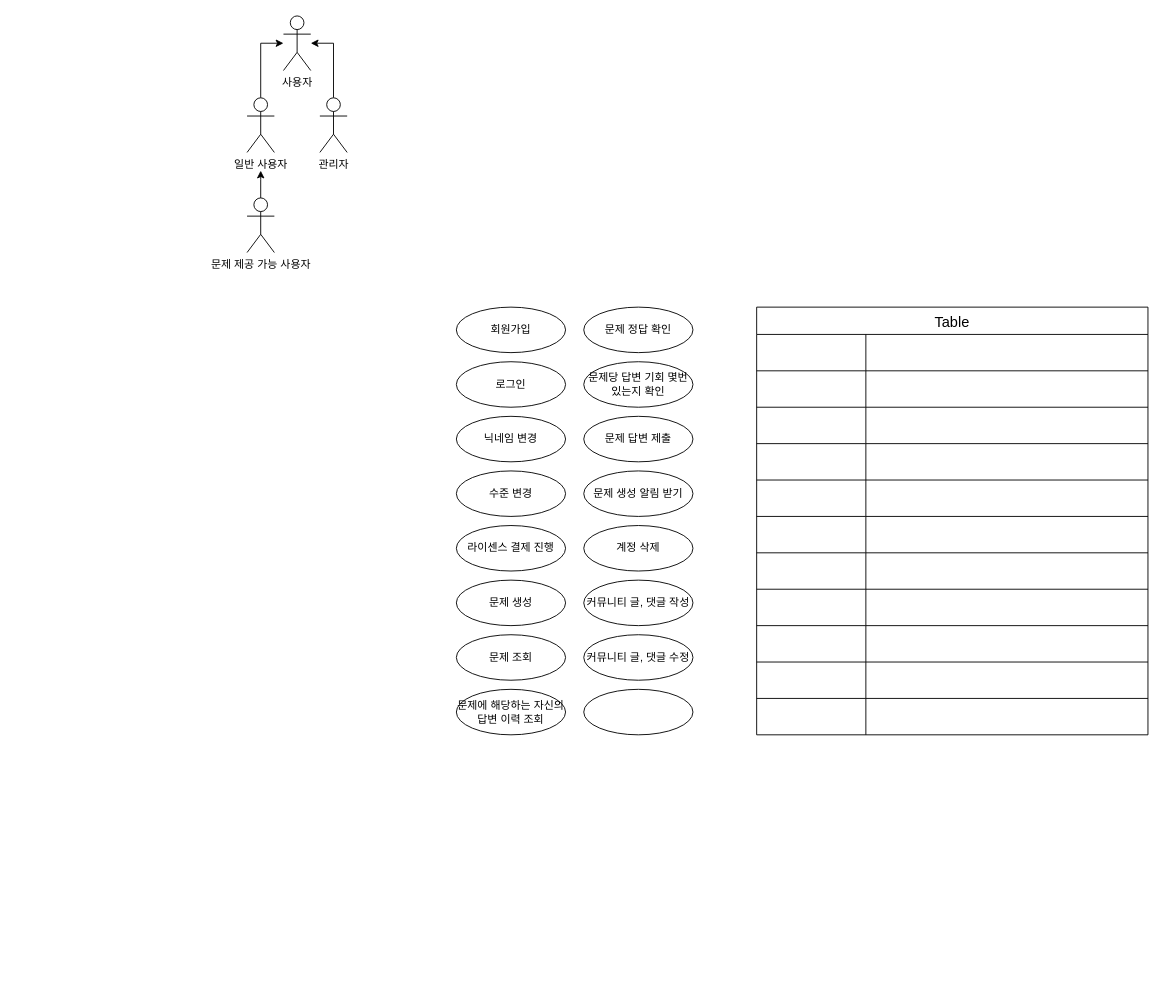
This is 제목 없는 다이어그램.drawio from ryoya0427/run-project, a draw.io file, before an edit. Source tidied: cells renumbered, new cells numbered last; positions are measured from the earlier drawing's top-left corner, leaving out a move shared by most shapes. Both pictures are drawn from the tidied source at 91%, with x=0, y=0 at pixel (247, 15).
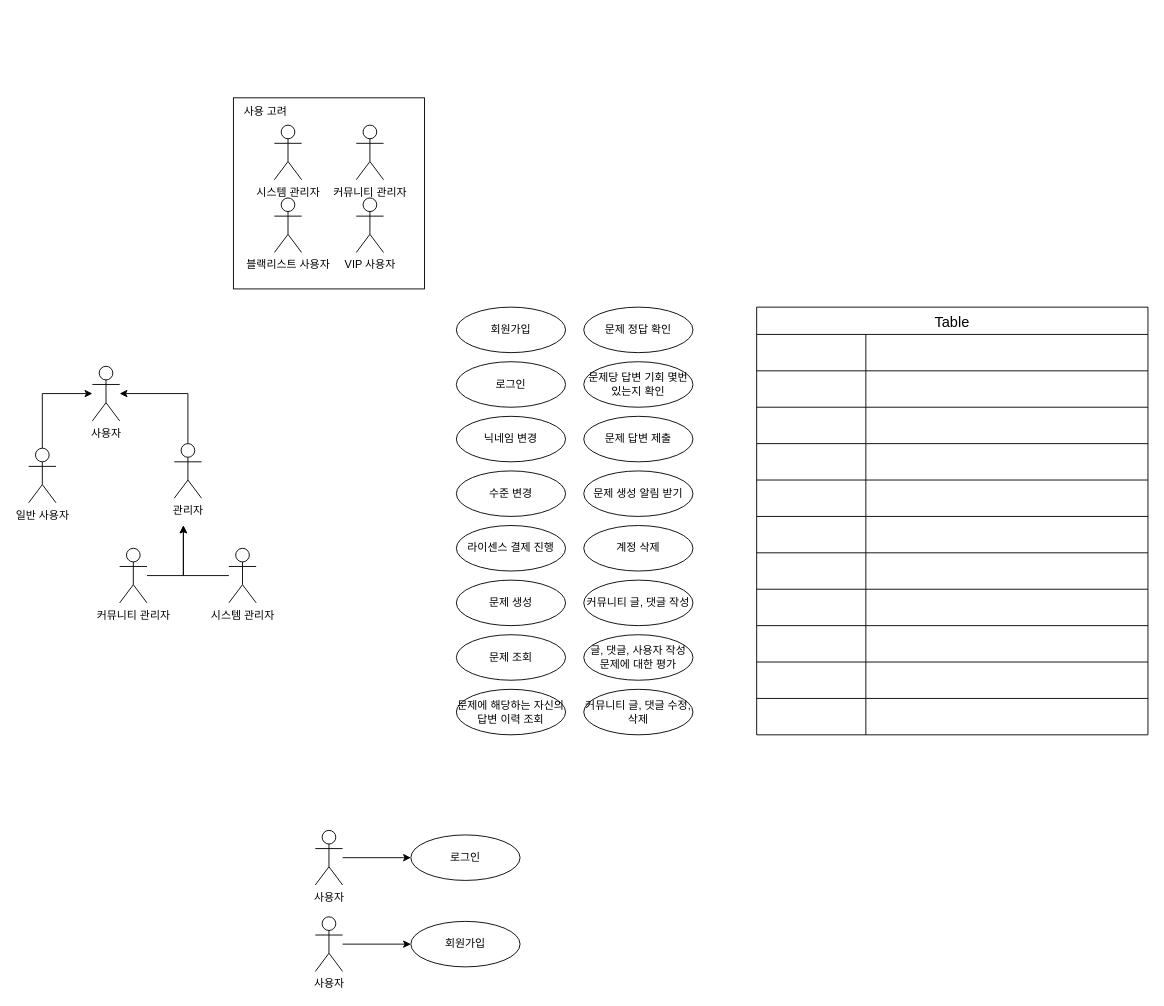
After the change.

Commit message:
제목 없는 다이어그램.drawio 업데이트

Change to the diagram source:
```diff
@@
+    <mxCell id="59" style="whiteSpace=wrap;html=1;" parent="1" vertex="1">
+      <mxGeometry x="-15" y="90" width="210" height="210" as="geometry" />
+    </mxCell>
     <mxCell id="2" value="사용자" style="shape=umlActor;verticalLabelPosition=bottom;verticalAlign=top;html=1;outlineConnect=0;" parent="1" vertex="1">
-      <mxGeometry x="40" width="30" height="60" as="geometry" />
+      <mxGeometry x="-170" y="385" width="30" height="60" as="geometry" />
     </mxCell>
     <mxCell id="3" style="edgeStyle=orthogonalEdgeStyle;rounded=0;jettySize=auto;html=1;" parent="1" edge="1" source="4" target="2">
       <mxGeometry relative="1" as="geometry">
         <Array as="points">
-          <mxPoint x="15" y="30" />
+          <mxPoint x="-225" y="415" />
         </Array>
       </mxGeometry>
     </mxCell>
     <mxCell id="4" value="일반 사용자" style="shape=umlActor;verticalLabelPosition=bottom;verticalAlign=top;html=1;outlineConnect=0;" parent="1" vertex="1">
-      <mxGeometry y="90" width="30" height="60" as="geometry" />
+      <mxGeometry x="-240" y="475" width="30" height="60" as="geometry" />
     </mxCell>
-    <mxCell id="5" style="edgeStyle=orthogonalEdgeStyle;rounded=0;jettySize=auto;html=1;" parent="1" edge="1" source="6">
-      <mxGeometry relative="1" as="geometry">
-        <mxPoint x="15" y="170" as="targetPoint" />
-      </mxGeometry>
-    </mxCell>
-    <mxCell id="6" value="문제 제공 가능 사용자" style="shape=umlActor;verticalLabelPosition=bottom;verticalAlign=top;html=1;outlineConnect=0;" parent="1" vertex="1">
-      <mxGeometry y="200" width="30" height="60" as="geometry" />
-    </mxCell>
     <mxCell id="7" style="edgeStyle=orthogonalEdgeStyle;rounded=0;jettySize=auto;html=1;" parent="1" edge="1" source="8" target="2">
       <mxGeometry relative="1" as="geometry">
         <Array as="points">
-          <mxPoint x="95" y="30" />
+          <mxPoint x="-65" y="415" />
         </Array>
       </mxGeometry>
     </mxCell>
     <mxCell id="8" value="관리자" style="shape=umlActor;verticalLabelPosition=bottom;verticalAlign=top;html=1;outlineConnect=0;" parent="1" vertex="1">
-      <mxGeometry x="80" y="90" width="30" height="60" as="geometry" />
+      <mxGeometry x="-80" y="470" width="30" height="60" as="geometry" />
     </mxCell>
@@
-    <mxCell id="23" value="커뮤니티 글, 댓글 수정" style="ellipse;whiteSpace=wrap;html=1;" parent="1" vertex="1">
+    <mxCell id="23" value="글, 댓글, 사용자 작성 문제에 대한 평가" style="ellipse;whiteSpace=wrap;html=1;" parent="1" vertex="1">
       <mxGeometry x="370" y="680" width="120" height="50" as="geometry" />
     </mxCell>
-    <mxCell id="24" style="ellipse;whiteSpace=wrap;html=1;" parent="1" vertex="1">
+    <mxCell id="24" value="커뮤니티 글, 댓글 수정, 삭제" style="ellipse;whiteSpace=wrap;html=1;" parent="1" vertex="1">
       <mxGeometry x="370" y="740" width="120" height="50" as="geometry" />
     </mxCell>
@@
+    <mxCell id="60" value="블랙리스트 사용자" style="shape=umlActor;verticalLabelPosition=bottom;verticalAlign=top;html=1;" parent="1" vertex="1">
+      <mxGeometry x="30" y="200" width="30" height="60" as="geometry" />
+    </mxCell>
+    <mxCell id="61" value="VIP 사용자" style="shape=umlActor;verticalLabelPosition=bottom;verticalAlign=top;html=1;" parent="1" vertex="1">
+      <mxGeometry x="120" y="200" width="30" height="60" as="geometry" />
+    </mxCell>
+    <mxCell id="62" value="시스템 관리자" style="shape=umlActor;verticalLabelPosition=bottom;verticalAlign=top;html=1;" parent="1" vertex="1">
+      <mxGeometry x="30" y="120" width="30" height="60" as="geometry" />
+    </mxCell>
+    <mxCell id="63" value="사용 고려" style="text;html=1;align=center;verticalAlign=middle;strokeColor=none;fillColor=none;" parent="1" vertex="1">
+      <mxGeometry x="-15" y="90" width="70" height="30" as="geometry" />
+    </mxCell>
+    <mxCell id="64" value="커뮤니티 관리자" style="shape=umlActor;verticalLabelPosition=bottom;verticalAlign=top;html=1;" parent="1" vertex="1">
+      <mxGeometry x="120" y="120" width="30" height="60" as="geometry" />
+    </mxCell>
+    <mxCell id="65" style="edgeStyle=orthogonalEdgeStyle;rounded=0;jettySize=auto;html=1;" parent="1" edge="1" source="66" target="67">
+      <mxGeometry relative="1" as="geometry" />
+    </mxCell>
+    <mxCell id="66" value="사용자" style="shape=umlActor;verticalLabelPosition=bottom;verticalAlign=top;html=1;outlineConnect=0;" parent="1" vertex="1">
+      <mxGeometry x="75" y="895" width="30" height="60" as="geometry" />
+    </mxCell>
+    <mxCell id="67" value="로그인" style="ellipse;whiteSpace=wrap;html=1;" parent="1" vertex="1">
+      <mxGeometry x="180" y="900" width="120" height="50" as="geometry" />
+    </mxCell>
+    <mxCell id="68" style="edgeStyle=orthogonalEdgeStyle;rounded=0;jettySize=auto;html=1;" parent="1" edge="1" source="69" target="70">
+      <mxGeometry relative="1" as="geometry" />
+    </mxCell>
+    <mxCell id="69" value="사용자" style="shape=umlActor;verticalLabelPosition=bottom;verticalAlign=top;html=1;outlineConnect=0;" parent="1" vertex="1">
+      <mxGeometry x="75" y="990" width="30" height="60" as="geometry" />
+    </mxCell>
+    <mxCell id="70" value="회원가입" style="ellipse;whiteSpace=wrap;html=1;" parent="1" vertex="1">
+      <mxGeometry x="180" y="995" width="120" height="50" as="geometry" />
+    </mxCell>
+    <mxCell id="71" style="edgeStyle=orthogonalEdgeStyle;rounded=0;jettySize=auto;html=1;" parent="1" edge="1" source="72">
+      <mxGeometry relative="1" as="geometry">
+        <mxPoint x="-70" y="560" as="targetPoint" />
+        <Array as="points">
+          <mxPoint x="-70" y="615" />
+        </Array>
+      </mxGeometry>
+    </mxCell>
+    <mxCell id="72" value="커뮤니티 관리자" style="shape=umlActor;verticalLabelPosition=bottom;verticalAlign=top;html=1;outlineConnect=0;" parent="1" vertex="1">
+      <mxGeometry x="-140" y="585" width="30" height="60" as="geometry" />
+    </mxCell>
+    <mxCell id="73" value="시스템 관리자" style="shape=umlActor;verticalLabelPosition=bottom;verticalAlign=top;html=1;" parent="1" vertex="1">
+      <mxGeometry x="-20" y="585" width="30" height="60" as="geometry" />
+    </mxCell>
+    <mxCell id="74" style="edgeStyle=orthogonalEdgeStyle;rounded=0;jettySize=auto;html=1;" parent="1" edge="1" source="73">
+      <mxGeometry relative="1" as="geometry">
+        <mxPoint x="-70" y="560" as="targetPoint" />
+        <Array as="points">
+          <mxPoint x="-70" y="615" />
+          <mxPoint x="-70" y="570" />
+        </Array>
+      </mxGeometry>
+    </mxCell>
```
